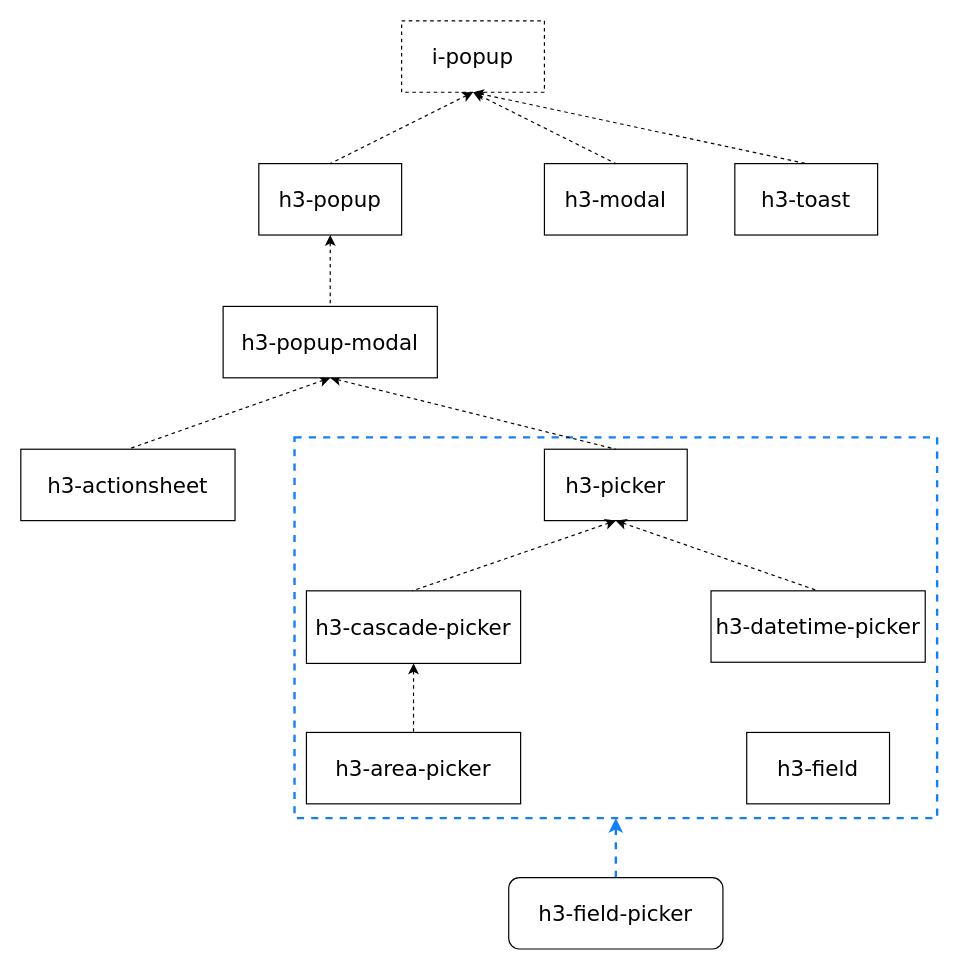
The draw.io diagram popup.drawio in SCWR/draw-io, before the edit. Source tidied: cells renumbered, new cells numbered last; positions are measured from the earlier drawing's top-left corner, leaving out a move shared by most shapes. Both pictures are drawn from the tidied source at 119%, with x=0, y=0 at pixel (20, 20).
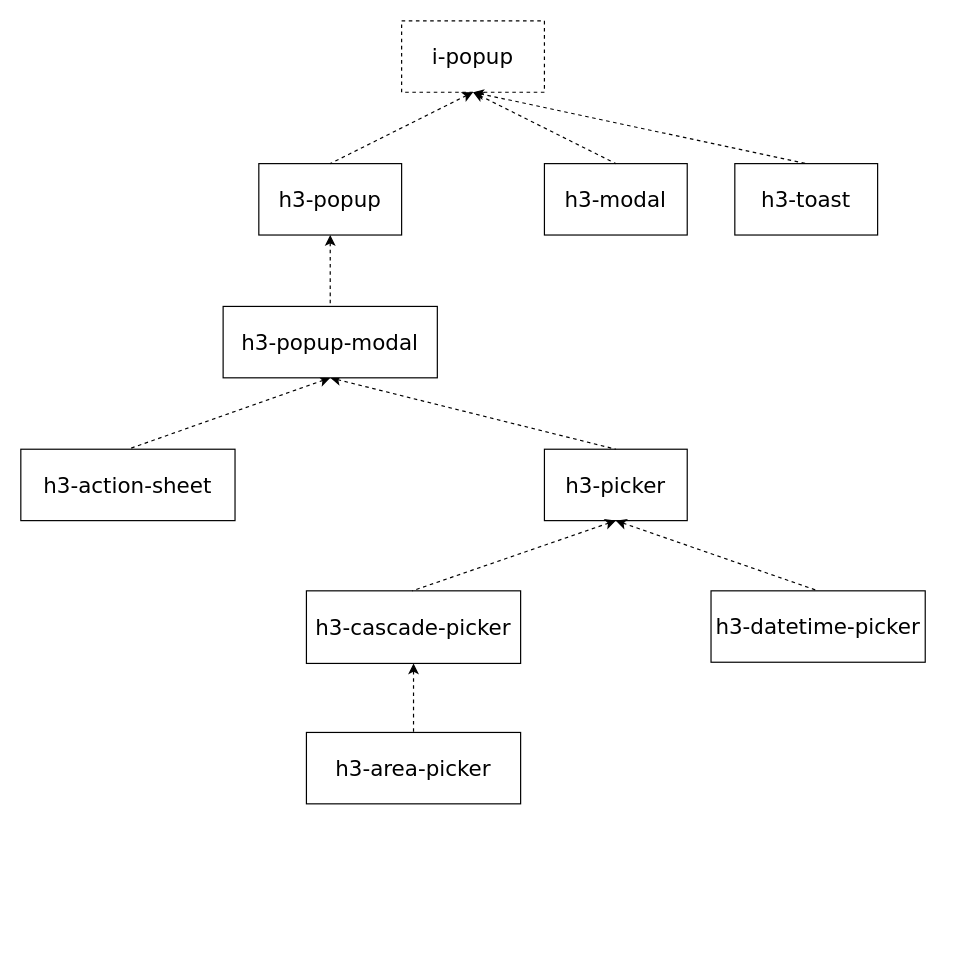
After the change.

Change to the diagram source:
```diff
@@
-    <mxCell id="2" style="rounded=0;whiteSpace=wrap;html=1;glass=0;dashed=1;fillColor=none;strokeColor=#107fff;strokeWidth=2;" parent="1" vertex="1">
-      <mxGeometry x="230" y="350" width="540" height="320" as="geometry" />
-    </mxCell>
@@
-    <mxCell id="11" value="&lt;font face=&quot;Verdana&quot;&gt;&lt;span style=&quot;font-size: 18px&quot;&gt;h3-actionsheet&lt;/span&gt;&lt;/font&gt;" style="rounded=0;whiteSpace=wrap;html=1;" parent="1" vertex="1">
+    <mxCell id="11" value="&lt;font face=&quot;Verdana&quot;&gt;&lt;span style=&quot;font-size: 18px&quot;&gt;h3-action-sheet&lt;/span&gt;&lt;/font&gt;" style="rounded=0;whiteSpace=wrap;html=1;" parent="1" vertex="1">
       <mxGeometry y="360" width="180" height="60" as="geometry" />
     </mxCell>
@@
-    <mxCell id="22" value="&lt;font style=&quot;font-size: 18px&quot; face=&quot;Verdana&quot;&gt;h3-field&lt;/font&gt;" style="rounded=0;whiteSpace=wrap;html=1;" parent="1" vertex="1">
-      <mxGeometry x="610" y="598" width="120" height="60" as="geometry" />
-    </mxCell>
-    <mxCell id="23" style="endArrow=none;html=1;strokeColor=#107FFF;strokeWidth=2;exitX=0.5;exitY=1;exitDx=0;exitDy=0;dashed=1;endFill=0;startArrow=classic;startFill=1;" parent="1" edge="1" source="2">
-      <mxGeometry relative="1" as="geometry">
-        <mxPoint x="500" y="720" as="targetPoint" />
-      </mxGeometry>
-    </mxCell>
-    <mxCell id="24" value="&lt;font style=&quot;font-size: 18px&quot; face=&quot;Verdana&quot;&gt;h3-field-picker&lt;/font&gt;" style="rounded=1;whiteSpace=wrap;html=1;" parent="1" vertex="1">
-      <mxGeometry x="410" y="720" width="180" height="60" as="geometry" />
-    </mxCell>
```
